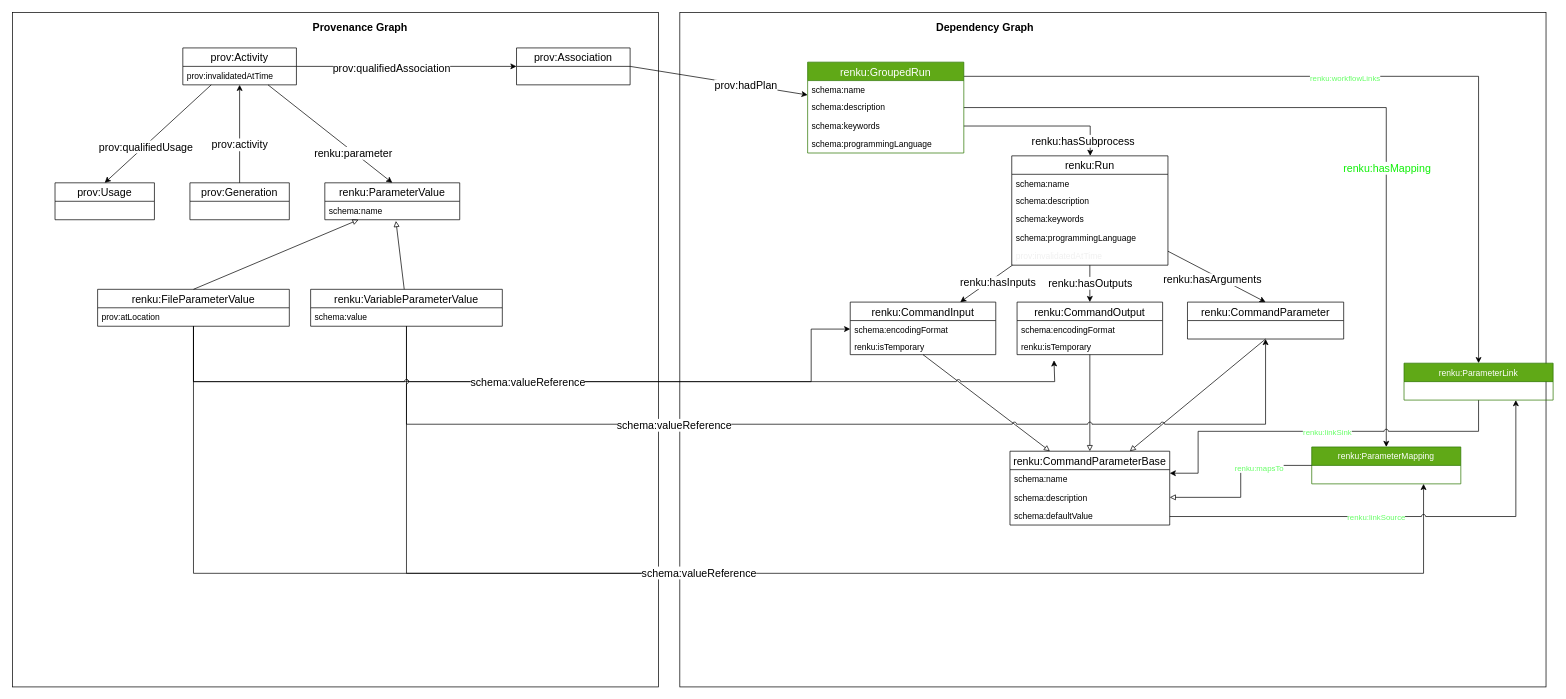
Before: design/001-new-workflow-commands/grouped-run-metadata.drawio in SwissDataScienceCenter/renku-python, a draw.io diagram. Source tidied: cells renumbered, new cells numbered last; positions are measured from the earlier drawing's top-left corner, leaving out a move shared by most shapes. Both pictures are drawn from the tidied source at 71%, with x=0, y=0 at pixel (12, 12).
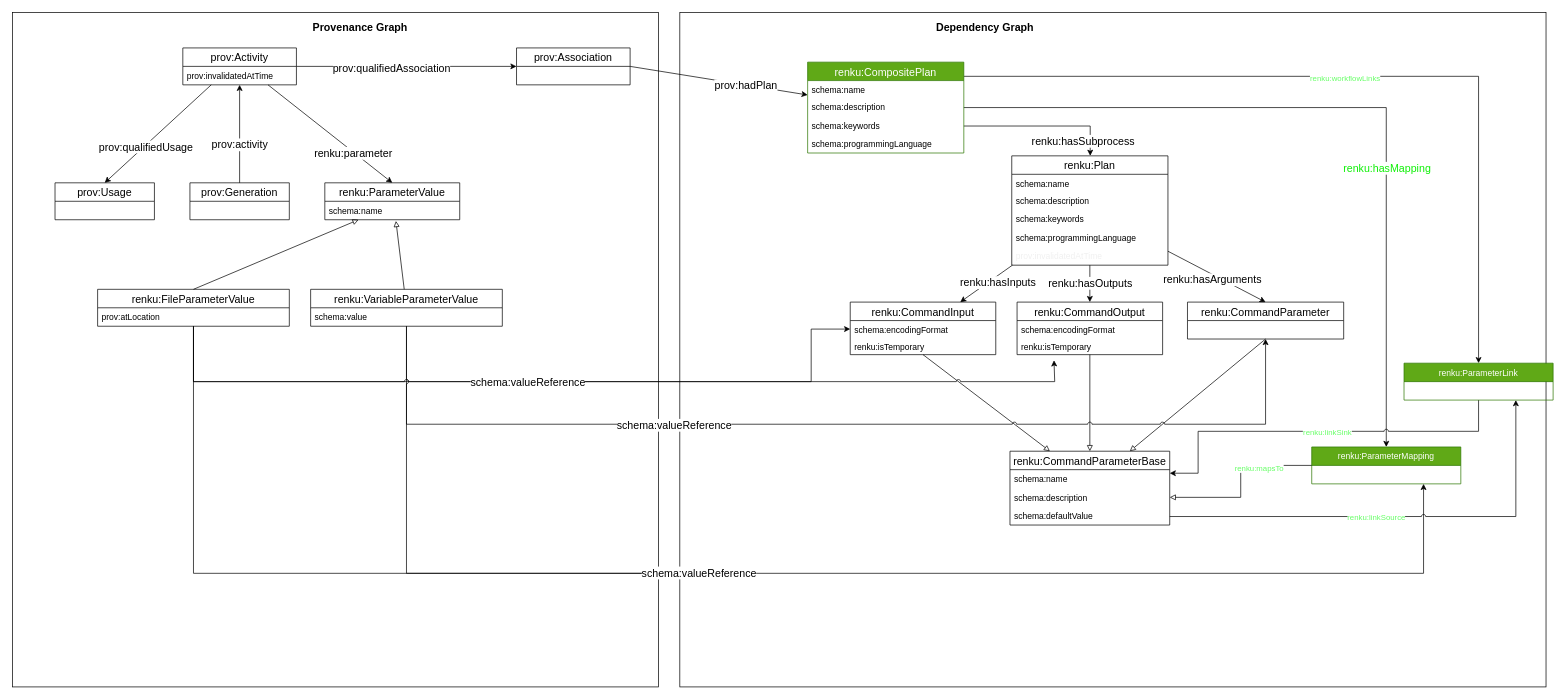
Above is the later version.

Diff of the diagram source:
```diff
@@
-    <mxCell id="28" value="renku:Run" style="swimlane;fontStyle=0;horizontal=1;startSize=26;fillColor=none;fontSize=15;" parent="1" vertex="1">
+    <mxCell id="28" value="renku:Plan" style="swimlane;fontStyle=0;horizontal=1;startSize=26;fillColor=none;fontSize=15;" parent="1" vertex="1">
       <mxGeometry x="1407.5" y="202" width="220" height="154" as="geometry" />
     </mxCell>
@@
-    <mxCell id="68" value="renku:GroupedRun" style="swimlane;fontStyle=0;horizontal=1;startSize=26;fillColor=#60a917;fontSize=15;strokeColor=#2D7600;fontColor=#ffffff;" parent="1" vertex="1">
+    <mxCell id="68" value="renku:CompositePlan" style="swimlane;fontStyle=0;horizontal=1;startSize=26;fillColor=#60a917;fontSize=15;strokeColor=#2D7600;fontColor=#ffffff;" parent="1" vertex="1">
       <mxGeometry x="1120" y="70" width="220" height="128" as="geometry" />
     </mxCell>
```
